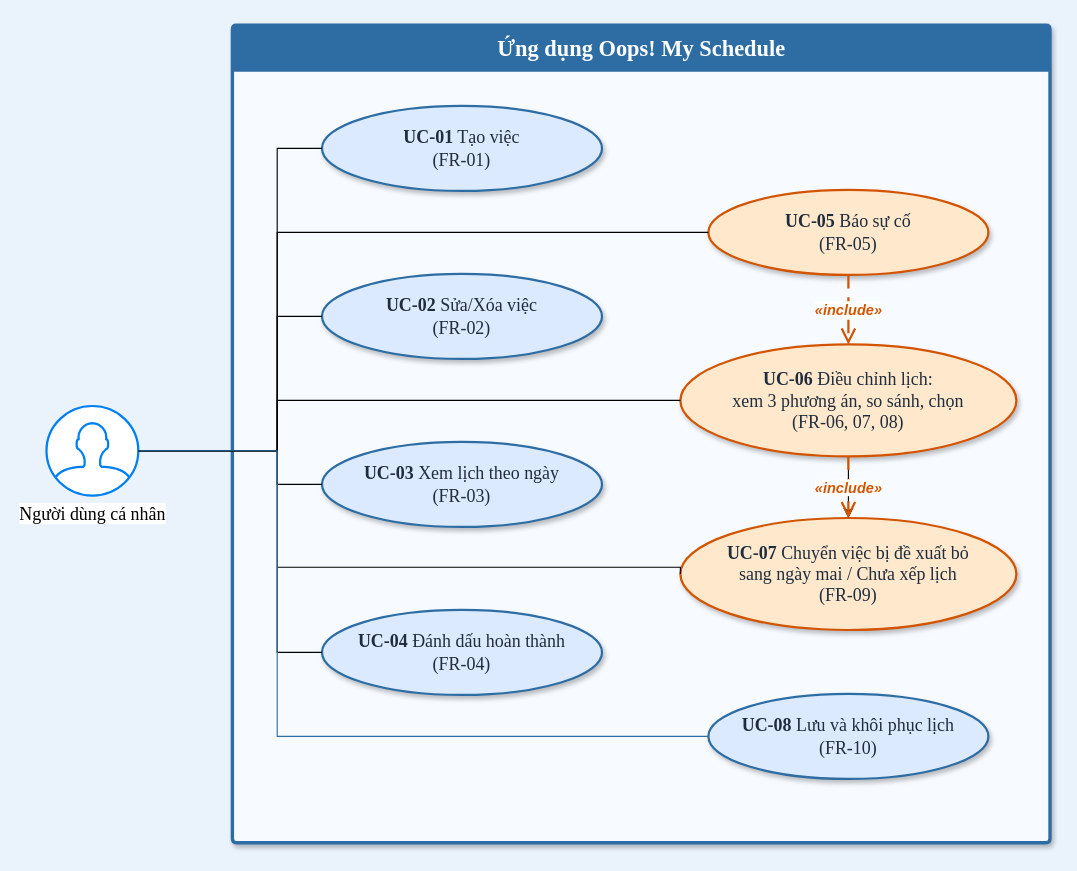
Before: docs/04_UML/src/UseCase.drawio in ngannguyen31251024501/oops-my-schedule, a draw.io diagram. Source tidied: cells renumbered, new cells numbered last; positions are measured from the earlier drawing's top-left corner, leaving out a move shared by most shapes. Both pictures are drawn from the tidied source at 112%, with x=0, y=0 at pixel (46, 25).
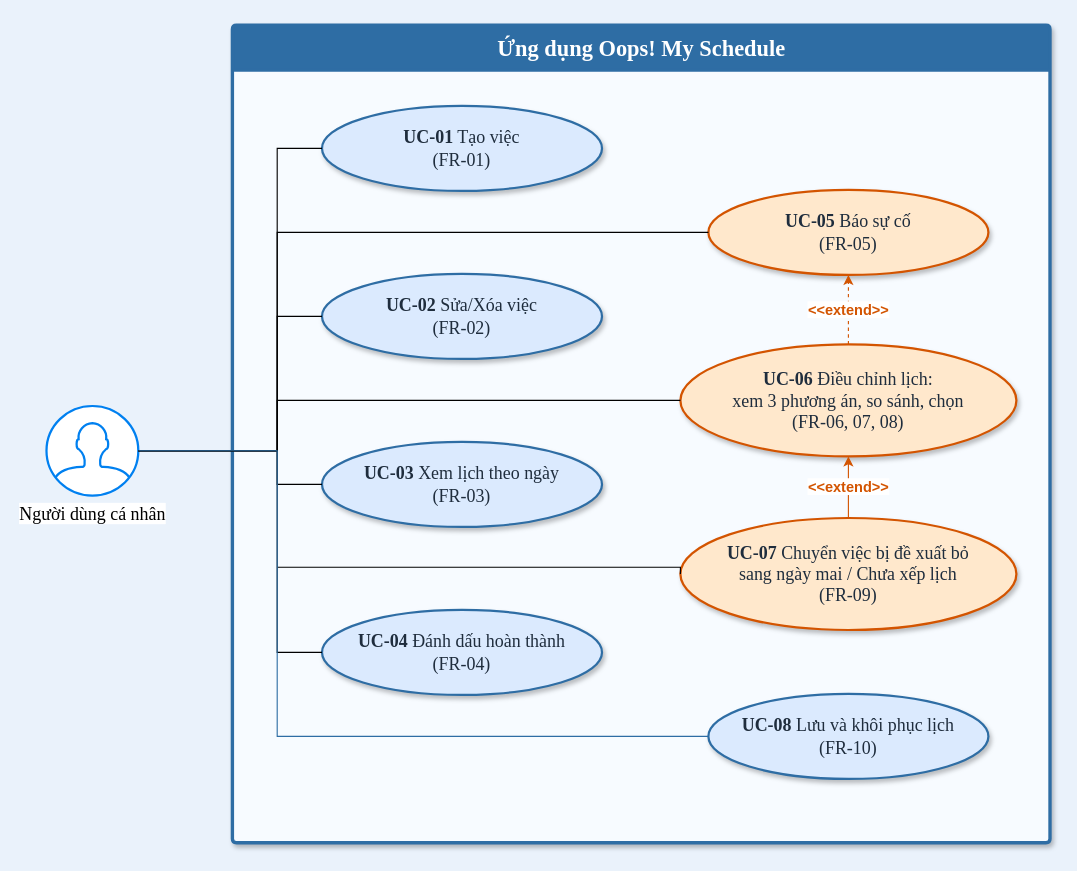
After the change.

Unchanged cells that the change refers to:
```xml
<mxCell id="3" value="&lt;b&gt;UC-07&lt;/b&gt; Chuyển việc bị đề xuất bỏ&lt;br&gt;sang ngày mai / Chưa xếp lịch&lt;br&gt;(FR-09)" style="ellipse;whiteSpace=wrap;html=1;fontSize=16;fontColor=#1f2d3d;strokeColor=#d35400;strokeWidth=2;fillColor=#ffe8cc;shadow=1;fontFamily=Times New Roman;" parent="2" vertex="1">
  <mxGeometry x="400" y="440" width="300" height="100" as="geometry" />
</mxCell>
<mxCell id="10" value="&lt;b&gt;UC-05&lt;/b&gt; Báo sự cố&lt;br&gt;(FR-05)" style="ellipse;whiteSpace=wrap;html=1;fontSize=16;fontColor=#1f2d3d;strokeColor=#d35400;strokeWidth=2;fillColor=#ffe8cc;shadow=1;fontFamily=Times New Roman;" parent="1" vertex="1">
  <mxGeometry x="591" y="147" width="250" height="76" as="geometry" />
</mxCell>
<mxCell id="12" value="&lt;b&gt;UC-06&lt;/b&gt; Điều chỉnh lịch:&lt;br&gt;xem 3 phương án, so sánh, chọn&lt;br&gt;(FR-06, 07, 08)" style="ellipse;whiteSpace=wrap;html=1;fontSize=16;fontColor=#1f2d3d;strokeColor=#d35400;strokeWidth=2;fillColor=#ffe8cc;shadow=1;fontFamily=Times New Roman;" parent="1" vertex="1">
  <mxGeometry x="566" y="285" width="300" height="100" as="geometry" />
</mxCell>
```

The edit, as a diff of the source:
```diff
@@
-    <mxCell id="11" style="edgeStyle=orthogonalEdgeStyle;rounded=0;jettySize=auto;html=1;" parent="1" edge="1" source="12" target="3">
-      <mxGeometry relative="1" as="geometry" />
-    </mxCell>
+    <mxCell id="23" value="&amp;lt;&amp;lt;extend&amp;gt;&amp;gt;" style="edgeStyle=orthogonalEdgeStyle;rounded=0;jettySize=auto;html=1;exitX=0.5;exitY=0;exitDx=0;exitDy=0;entryX=0.5;entryY=1;entryDx=0;entryDy=0;dashed=1;fontColor=#D35400;fontStyle=1;fontSize=13;strokeColor=#D35400;" parent="1" edge="1" source="12" target="10">
+      <mxGeometry relative="1" as="geometry" />
+    </mxCell>
@@
-    <mxCell id="21" value="«include»" style="html=1;rounded=0;dashed=1;dashPattern=6 4;endArrow=open;endFill=0;endSize=10;strokeWidth=2;strokeColor=#d35400;fontSize=13;fontStyle=3;fontColor=#d35400;labelBackgroundColor=#ffffff;exitX=0.5;exitY=1;exitDx=0;exitDy=0;entryX=0.5;entryY=0;entryDx=0;entryDy=0;" parent="1" edge="1" source="10" target="12">
-      <mxGeometry relative="1" as="geometry" />
-    </mxCell>
-    <mxCell id="22" value="«include»" style="html=1;rounded=0;dashed=1;dashPattern=6 4;endArrow=open;endFill=0;endSize=10;strokeWidth=2;strokeColor=#d35400;fontSize=13;fontStyle=3;fontColor=#d35400;labelBackgroundColor=#ffffff;exitX=0.5;exitY=1;exitDx=0;exitDy=0;entryX=0.5;entryY=0;entryDx=0;entryDy=0;" parent="1" edge="1" source="12" target="3">
-      <mxGeometry relative="1" as="geometry" />
-    </mxCell>
+    <mxCell id="24" value="&lt;b&gt;&lt;font style=&quot;font-size: 13px; color: rgb(211, 84, 0);&quot;&gt;&amp;lt;&amp;lt;extend&amp;gt;&amp;gt;&lt;/font&gt;&lt;/b&gt;" style="edgeStyle=orthogonalEdgeStyle;rounded=0;jettySize=auto;html=1;strokeColor=#D35400;fontColor=#D35400;" parent="1" edge="1" source="3" target="12">
+      <mxGeometry relative="1" as="geometry" />
+    </mxCell>
```
